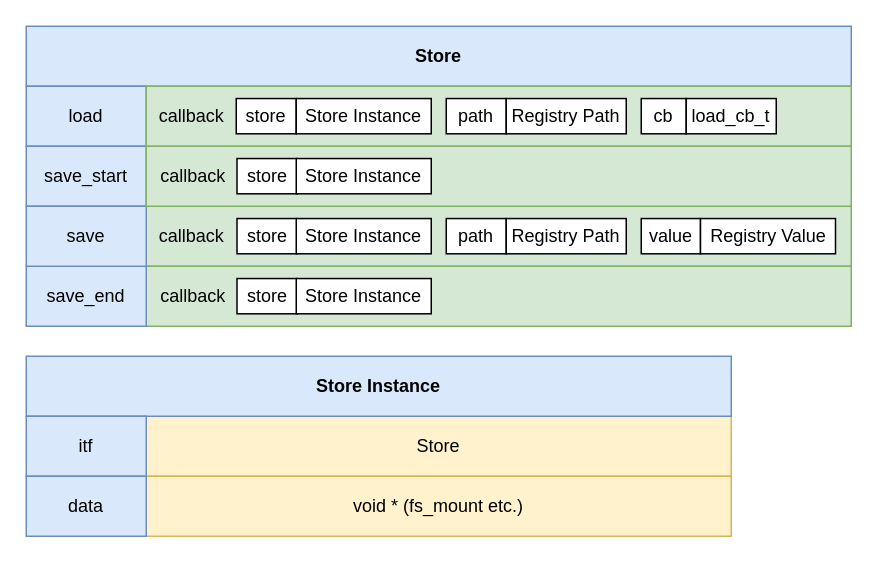
Before: doc/drawio/store_structure.drawio in LasseRosenow/riot-runtime-config, a draw.io diagram. Source tidied: cells renumbered, new cells numbered last; positions are measured from the earlier drawing's top-left corner, leaving out a move shared by most shapes. Both pictures are drawn from the tidied source at 150%, with x=0, y=0 at pixel (26, 26).
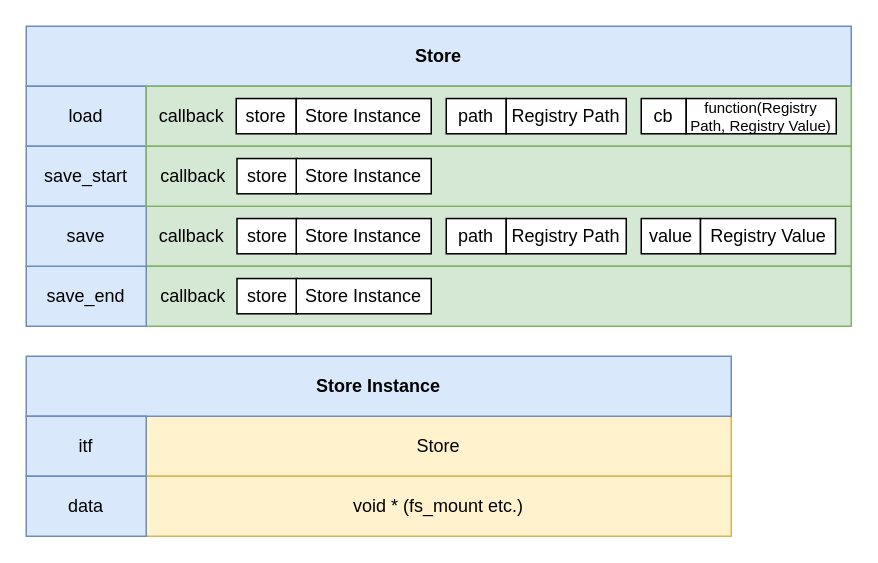
Above is the later version.

What changed in the source:
```diff
@@
-    <mxCell id="29" value="load_cb_t" style="rounded=0;whiteSpace=wrap;html=1;" parent="1" vertex="1">
-      <mxGeometry x="440" y="48.2" width="60" height="23.5" as="geometry" />
+    <mxCell id="29" value="function(Registry Path, Registry Value)" style="rounded=0;whiteSpace=wrap;html=1;fontSize=10;" parent="1" vertex="1">
+      <mxGeometry x="440" y="48.2" width="100" height="23.5" as="geometry" />
     </mxCell>
```
